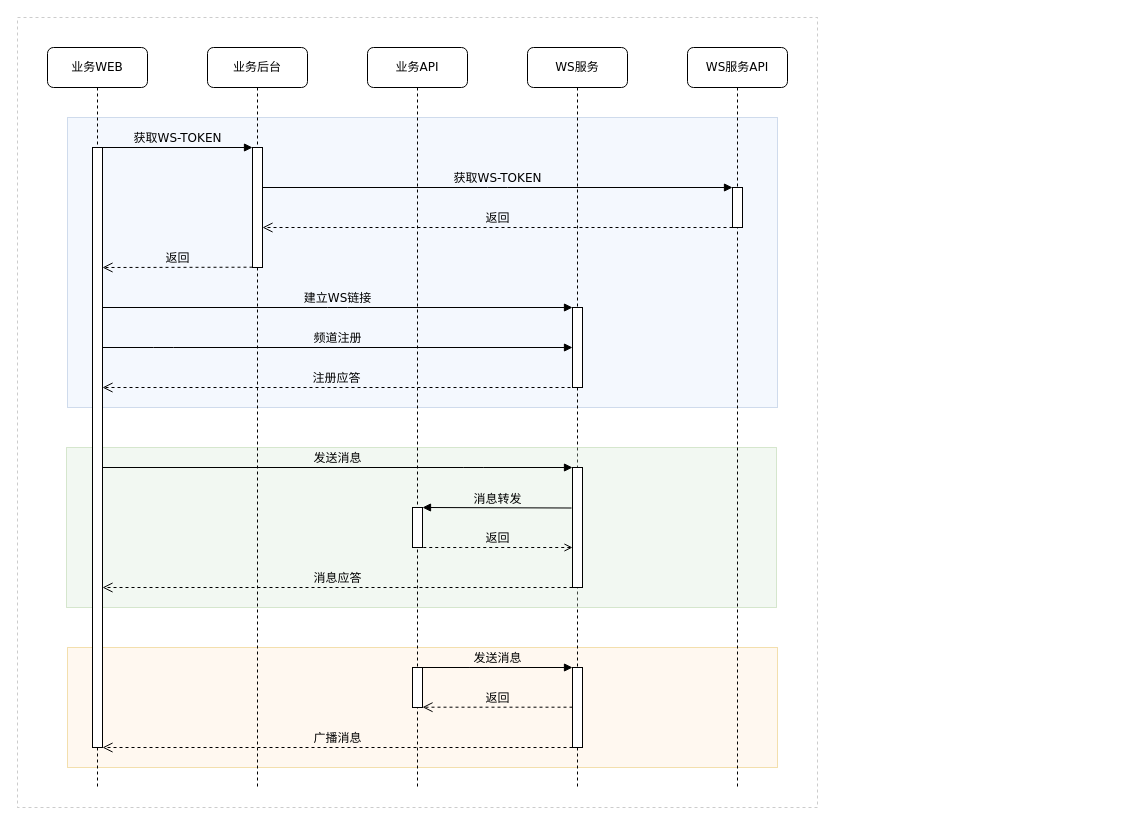
This is saas-share.drawio from huanjiesm/saas-draw, a draw.io file, before an edit. Source tidied: cells renumbered, new cells numbered last; positions are measured from the earlier drawing's top-left corner, leaving out a move shared by most shapes. Both pictures are drawn from the tidied source at 100%, with x=0, y=0 at pixel (17, 17).
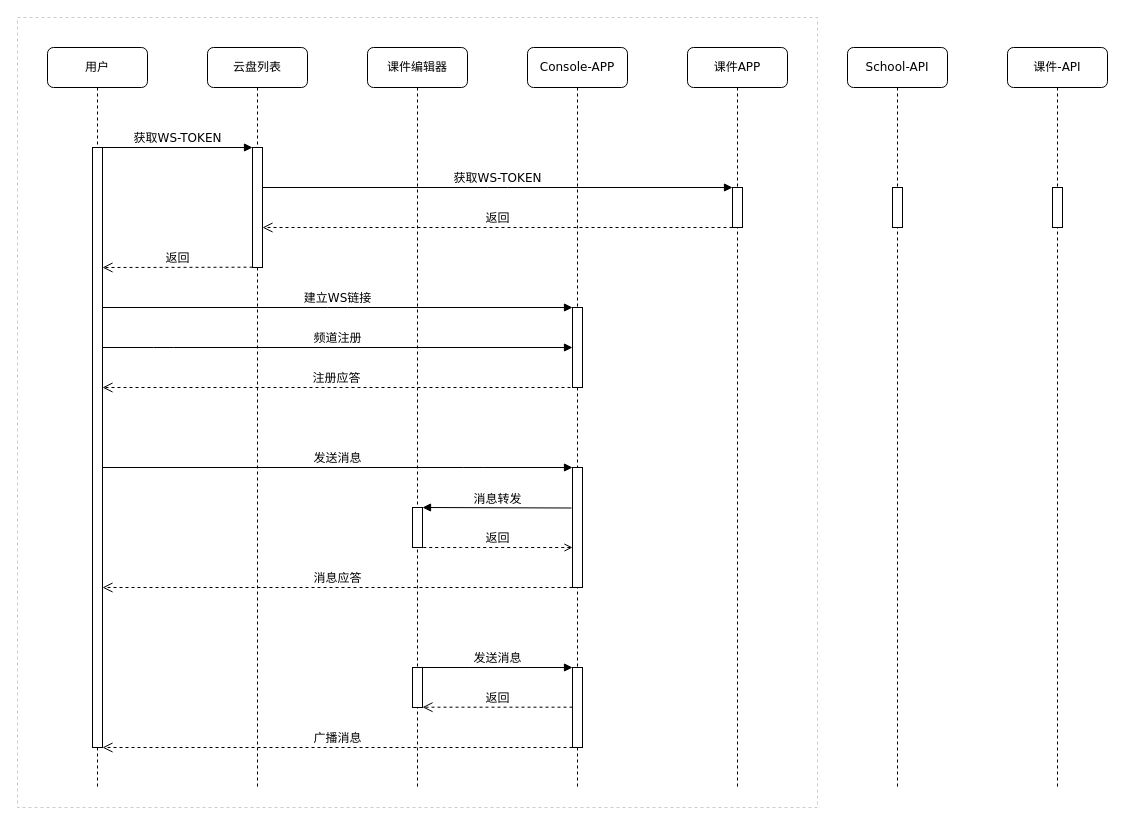
Above is the later version.

What changed in the source:
```diff
@@
-    <mxCell id="3" style="rounded=0;whiteSpace=wrap;html=1;fillColor=#dae8fc;strokeColor=#6c8ebf;opacity=30;" parent="1" vertex="1">
-      <mxGeometry x="50" y="100" width="710" height="290" as="geometry" />
-    </mxCell>
-    <mxCell id="4" style="rounded=0;whiteSpace=wrap;html=1;fillColor=#ffe6cc;strokeColor=#d79b00;opacity=30;" parent="1" vertex="1">
-      <mxGeometry x="50" y="630" width="710" height="120" as="geometry" />
-    </mxCell>
-    <mxCell id="5" value="WS服务" style="shape=umlLifeline;perimeter=lifelinePerimeter;whiteSpace=wrap;html=1;rounded=1;shadow=0;comic=0;labelBackgroundColor=none;strokeWidth=1;fontFamily=Verdana;fontSize=12;align=center;" parent="1" vertex="1">
+    <mxCell id="5" value="Console-APP" style="shape=umlLifeline;perimeter=lifelinePerimeter;whiteSpace=wrap;html=1;rounded=1;shadow=0;comic=0;labelBackgroundColor=none;strokeWidth=1;fontFamily=Verdana;fontSize=12;align=center;" parent="1" vertex="1">
       <mxGeometry x="510" y="30" width="100" height="740" as="geometry" />
     </mxCell>
@@
-    <mxCell id="9" style="rounded=0;whiteSpace=wrap;html=1;fillColor=#d5e8d4;strokeColor=#82b366;opacity=30;" parent="1" vertex="1">
-      <mxGeometry x="49" y="430" width="710" height="160" as="geometry" />
-    </mxCell>
-    <mxCell id="10" value="业务后台" style="shape=umlLifeline;perimeter=lifelinePerimeter;whiteSpace=wrap;html=1;rounded=1;shadow=0;comic=0;labelBackgroundColor=none;strokeWidth=1;fontFamily=Verdana;fontSize=12;align=center;" parent="1" vertex="1">
+    <mxCell id="10" value="云盘列表" style="shape=umlLifeline;perimeter=lifelinePerimeter;whiteSpace=wrap;html=1;rounded=1;shadow=0;comic=0;labelBackgroundColor=none;strokeWidth=1;fontFamily=Verdana;fontSize=12;align=center;" parent="1" vertex="1">
       <mxGeometry x="190" y="30" width="100" height="740" as="geometry" />
     </mxCell>
@@
-    <mxCell id="14" value="业务API" style="shape=umlLifeline;perimeter=lifelinePerimeter;whiteSpace=wrap;html=1;rounded=1;shadow=0;comic=0;labelBackgroundColor=none;strokeWidth=1;fontFamily=Verdana;fontSize=12;align=center;" parent="1" vertex="1">
+    <mxCell id="14" value="课件编辑器" style="shape=umlLifeline;perimeter=lifelinePerimeter;whiteSpace=wrap;html=1;rounded=1;shadow=0;comic=0;labelBackgroundColor=none;strokeWidth=1;fontFamily=Verdana;fontSize=12;align=center;" parent="1" vertex="1">
       <mxGeometry x="350" y="30" width="100" height="740" as="geometry" />
     </mxCell>
@@
-    <mxCell id="23" value="业务WEB" style="shape=umlLifeline;perimeter=lifelinePerimeter;whiteSpace=wrap;html=1;rounded=1;shadow=0;comic=0;labelBackgroundColor=none;strokeWidth=1;fontFamily=Verdana;fontSize=12;align=center;" parent="1" vertex="1">
+    <mxCell id="23" value="用户" style="shape=umlLifeline;perimeter=lifelinePerimeter;whiteSpace=wrap;html=1;rounded=1;shadow=0;comic=0;labelBackgroundColor=none;strokeWidth=1;fontFamily=Verdana;fontSize=12;align=center;" parent="1" vertex="1">
       <mxGeometry x="30" y="30" width="100" height="740" as="geometry" />
     </mxCell>
@@
-    <mxCell id="25" value="WS服务API" style="shape=umlLifeline;perimeter=lifelinePerimeter;whiteSpace=wrap;html=1;rounded=1;shadow=0;comic=0;labelBackgroundColor=none;strokeWidth=1;fontFamily=Verdana;fontSize=12;align=center;" parent="1" vertex="1">
+    <mxCell id="25" value="课件APP" style="shape=umlLifeline;perimeter=lifelinePerimeter;whiteSpace=wrap;html=1;rounded=1;shadow=0;comic=0;labelBackgroundColor=none;strokeWidth=1;fontFamily=Verdana;fontSize=12;align=center;" parent="1" vertex="1">
       <mxGeometry x="670" y="30" width="100" height="740" as="geometry" />
     </mxCell>
@@
+    <mxCell id="33" value="School-API" style="shape=umlLifeline;perimeter=lifelinePerimeter;whiteSpace=wrap;html=1;rounded=1;shadow=0;comic=0;labelBackgroundColor=none;strokeWidth=1;fontFamily=Verdana;fontSize=12;align=center;" parent="1" vertex="1">
+      <mxGeometry x="830" y="30" width="100" height="740" as="geometry" />
+    </mxCell>
+    <mxCell id="34" style="html=1;perimeter=orthogonalPerimeter;rounded=0;shadow=0;comic=0;labelBackgroundColor=none;strokeWidth=1;fontFamily=Verdana;fontSize=12;align=center;" parent="33" vertex="1">
+      <mxGeometry x="45" y="140" width="10" height="40" as="geometry" />
+    </mxCell>
+    <mxCell id="35" value="课件-API" style="shape=umlLifeline;perimeter=lifelinePerimeter;whiteSpace=wrap;html=1;rounded=1;shadow=0;comic=0;labelBackgroundColor=none;strokeWidth=1;fontFamily=Verdana;fontSize=12;align=center;" parent="1" vertex="1">
+      <mxGeometry x="990" y="30" width="100" height="740" as="geometry" />
+    </mxCell>
+    <mxCell id="36" style="html=1;perimeter=orthogonalPerimeter;rounded=0;shadow=0;comic=0;labelBackgroundColor=none;strokeWidth=1;fontFamily=Verdana;fontSize=12;align=center;" parent="35" vertex="1">
+      <mxGeometry x="45" y="140" width="10" height="40" as="geometry" />
+    </mxCell>
```
